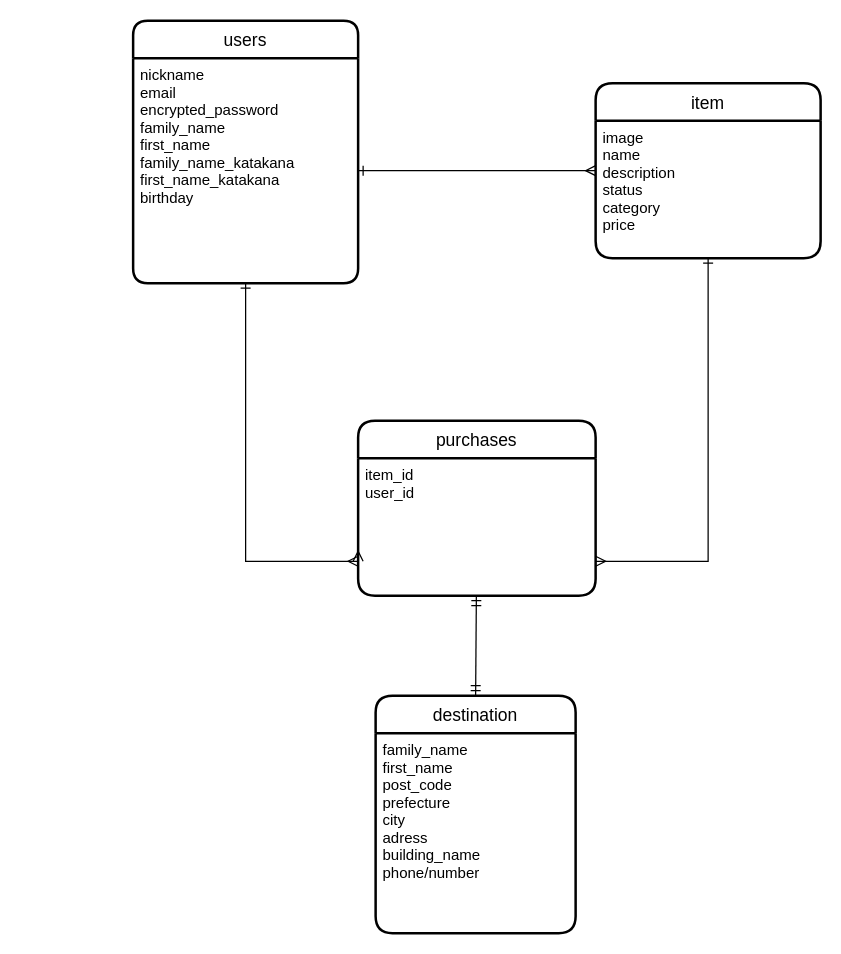
Before: ER.dio in yamadeey/furima-35970, a draw.io diagram. Source tidied: cells renumbered, new cells numbered last; positions are measured from the earlier drawing's top-left corner, leaving out a move shared by most shapes. Both pictures are drawn from the tidied source at 125%, with x=0, y=0 at pixel (132, 20).
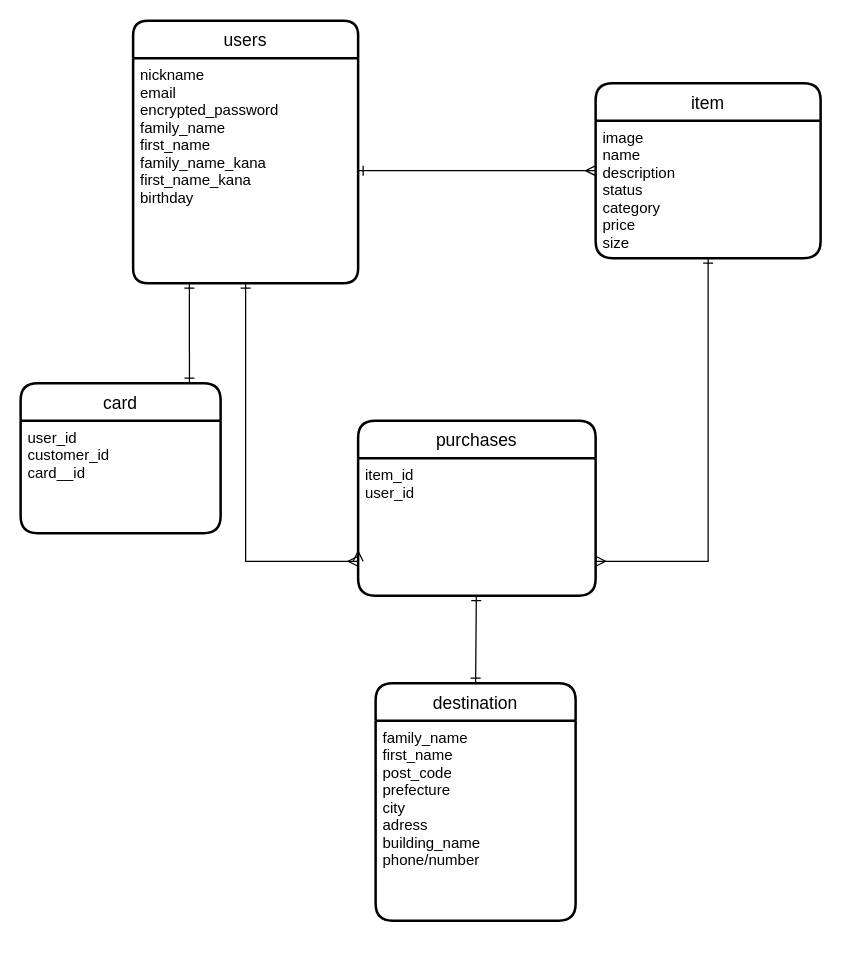
The same diagram, later.

Change to the diagram source:
```diff
@@
 <mxGraphModel>
   <root>
     <mxCell id="0" />
     <mxCell id="1" parent="0" />
     <mxCell id="2" value="users" style="swimlane;horizontal=1;startSize=30;rounded=1;fontSize=14;fontStyle=0;strokeWidth=2;shadow=0;dashed=0;align=center;arcSize=13;fontFamily=Helvetica;" parent="1" vertex="1">
       <mxGeometry width="180" height="210" as="geometry" />
     </mxCell>
-    <mxCell id="3" value="nickname&#10;email&#10;encrypted_password&#10;family_name&#10;first_name&#10;family_name_katakana&#10;first_name_katakana&#10;birthday&#10;" style="align=left;strokeColor=none;fillColor=none;spacingLeft=4;fontSize=12;verticalAlign=top;" parent="2" vertex="1">
+    <mxCell id="3" value="nickname&#10;email&#10;encrypted_password&#10;family_name&#10;first_name&#10;family_name_kana&#10;first_name_kana&#10;birthday&#10;" style="align=left;strokeColor=none;fillColor=none;spacingLeft=4;fontSize=12;verticalAlign=top;" parent="2" vertex="1">
       <mxGeometry y="30" width="180" height="180" as="geometry" />
     </mxCell>
     <mxCell id="4" value="item" style="swimlane;horizontal=1;startSize=30;rounded=1;fontSize=14;fontStyle=0;strokeWidth=2;shadow=0;dashed=0;align=center;" parent="1" vertex="1">
       <mxGeometry x="370" y="50" width="180" height="140" as="geometry" />
     </mxCell>
-    <mxCell id="5" value="image&#10;name&#10;description&#10;status&#10;category&#10;price&#10;" style="align=left;strokeColor=none;fillColor=none;spacingLeft=4;fontSize=12;verticalAlign=top;" parent="4" vertex="1">
+    <mxCell id="5" value="image&#10;name&#10;description&#10;status&#10;category&#10;price&#10;size" style="align=left;strokeColor=none;fillColor=none;spacingLeft=4;fontSize=12;verticalAlign=top;" parent="4" vertex="1">
       <mxGeometry y="30" width="180" height="110" as="geometry" />
     </mxCell>
     <mxCell id="6" value="purchases" style="swimlane;horizontal=1;startSize=30;rounded=1;fontSize=14;fontStyle=0;strokeWidth=2;shadow=0;dashed=0;align=center;" parent="1" vertex="1">
       <mxGeometry x="180" y="320" width="190" height="140" as="geometry" />
     </mxCell>
     <mxCell id="7" value="item_id&#10;user_id" style="align=left;strokeColor=none;fillColor=none;spacingLeft=4;fontSize=12;verticalAlign=top;" parent="6" vertex="1">
       <mxGeometry y="30" width="190" height="110" as="geometry" />
     </mxCell>
     <mxCell id="8" value="destination" style="swimlane;horizontal=1;startSize=30;rounded=1;fontSize=14;fontStyle=0;strokeWidth=2;shadow=0;dashed=0;align=center;fontFamily=Helvetica;" parent="1" vertex="1">
-      <mxGeometry x="194" y="540" width="160" height="190" as="geometry" />
+      <mxGeometry x="194" y="530" width="160" height="190" as="geometry" />
     </mxCell>
     <mxCell id="9" value="family_name&#10;first_name&#10;post_code&#10;prefecture&#10;city&#10;adress&#10;building_name&#10;phone/number&#10;" style="align=left;strokeColor=none;fillColor=none;spacingLeft=4;fontSize=12;verticalAlign=top;" parent="8" vertex="1">
       <mxGeometry y="30" width="160" height="160" as="geometry" />
     </mxCell>
     <mxCell id="10" style="edgeStyle=orthogonalEdgeStyle;rounded=0;jettySize=auto;html=1;entryX=0;entryY=0.75;entryDx=0;entryDy=0;fontFamily=Helvetica;endArrow=ERmany;endFill=0;" parent="1" edge="1" target="7">
       <mxGeometry relative="1" as="geometry">
         <mxPoint x="180" y="423" as="sourcePoint" />
       </mxGeometry>
     </mxCell>
     <mxCell id="11" style="edgeStyle=orthogonalEdgeStyle;rounded=0;jettySize=auto;html=1;exitX=0.5;exitY=1;exitDx=0;exitDy=0;entryX=0;entryY=0.75;entryDx=0;entryDy=0;fontFamily=Helvetica;endArrow=ERmany;endFill=0;startArrow=ERone;startFill=0;" parent="1" edge="1" source="3" target="7">
       <mxGeometry relative="1" as="geometry" />
     </mxCell>
     <mxCell id="12" style="edgeStyle=orthogonalEdgeStyle;rounded=0;jettySize=auto;html=1;entryX=0;entryY=0.5;entryDx=0;entryDy=0;fontFamily=Helvetica;endArrow=ERmany;endFill=0;startArrow=ERone;startFill=0;" parent="1" edge="1" source="3" target="4">
       <mxGeometry relative="1" as="geometry" />
     </mxCell>
     <mxCell id="13" style="edgeStyle=orthogonalEdgeStyle;rounded=0;jettySize=auto;html=1;entryX=1;entryY=0.75;entryDx=0;entryDy=0;fontFamily=Helvetica;startArrow=ERone;startFill=0;endArrow=ERmany;endFill=0;" parent="1" edge="1" source="5" target="7">
       <mxGeometry relative="1" as="geometry" />
     </mxCell>
-    <mxCell id="14" style="rounded=0;jettySize=auto;html=1;entryX=0.5;entryY=0;entryDx=0;entryDy=0;fontFamily=Helvetica;startArrow=ERmandOne;startFill=0;endArrow=ERmandOne;endFill=0;" parent="1" edge="1" source="7" target="8">
+    <mxCell id="14" style="rounded=0;jettySize=auto;html=1;entryX=0.5;entryY=0;entryDx=0;entryDy=0;fontFamily=Helvetica;startArrow=ERone;startFill=0;endArrow=ERone;endFill=0;" parent="1" edge="1" source="7" target="8">
       <mxGeometry relative="1" as="geometry" />
     </mxCell>
+    <mxCell id="15" value="card" style="swimlane;horizontal=1;startSize=30;rounded=1;fontSize=14;fontStyle=0;strokeWidth=2;shadow=0;dashed=0;align=center;" parent="1" vertex="1">
+      <mxGeometry x="-90" y="290" width="160" height="120" as="geometry" />
+    </mxCell>
+    <mxCell id="16" value="user_id&#10;customer_id&#10;card__id" style="align=left;strokeColor=none;fillColor=none;spacingLeft=4;fontSize=12;verticalAlign=top;" parent="15" vertex="1">
+      <mxGeometry y="30" width="160" height="90" as="geometry" />
+    </mxCell>
+    <mxCell id="17" style="edgeStyle=orthogonalEdgeStyle;rounded=0;jettySize=auto;html=1;exitX=0.25;exitY=1;exitDx=0;exitDy=0;entryX=0.844;entryY=0;entryDx=0;entryDy=0;entryPerimeter=0;startArrow=ERone;startFill=0;endArrow=ERone;endFill=0;" parent="1" edge="1" source="3" target="15">
+      <mxGeometry relative="1" as="geometry" />
+    </mxCell>
   </root>
 </mxGraphModel>
```
